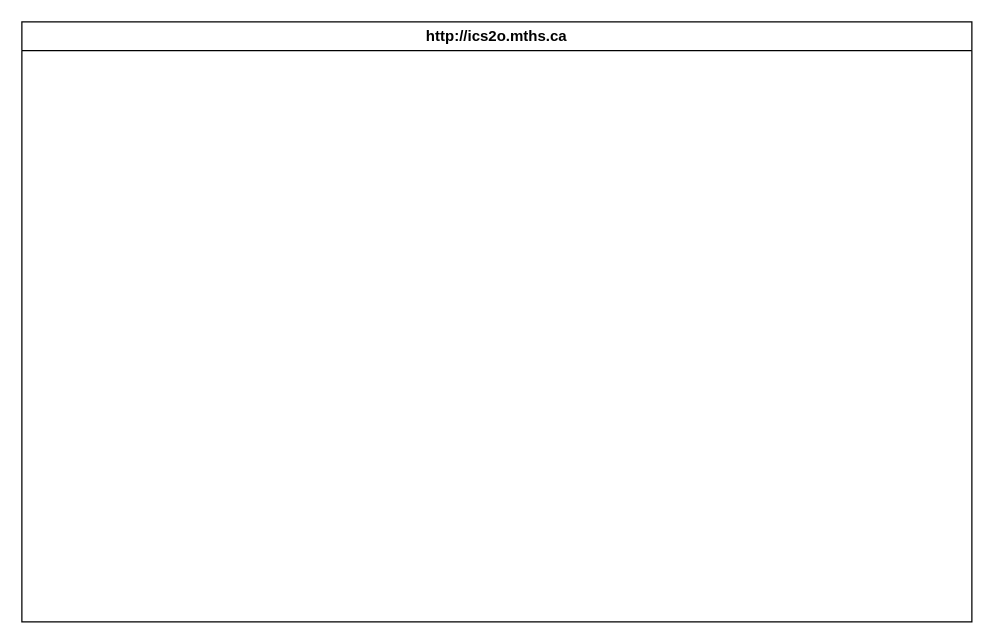
MTHS-ICD2O-1-2023/ICD2O-Unit-3-02-fetuha-gebremekeal keeps this draw.io diagram as design/storyboard.drawio. Above is the earlier version. Source tidied: cells renumbered, new cells numbered last; positions are measured from the earlier drawing's top-left corner, leaving out a move shared by most shapes. Both pictures are drawn from the tidied source at 125%, with x=0, y=0 at pixel (21, 21).
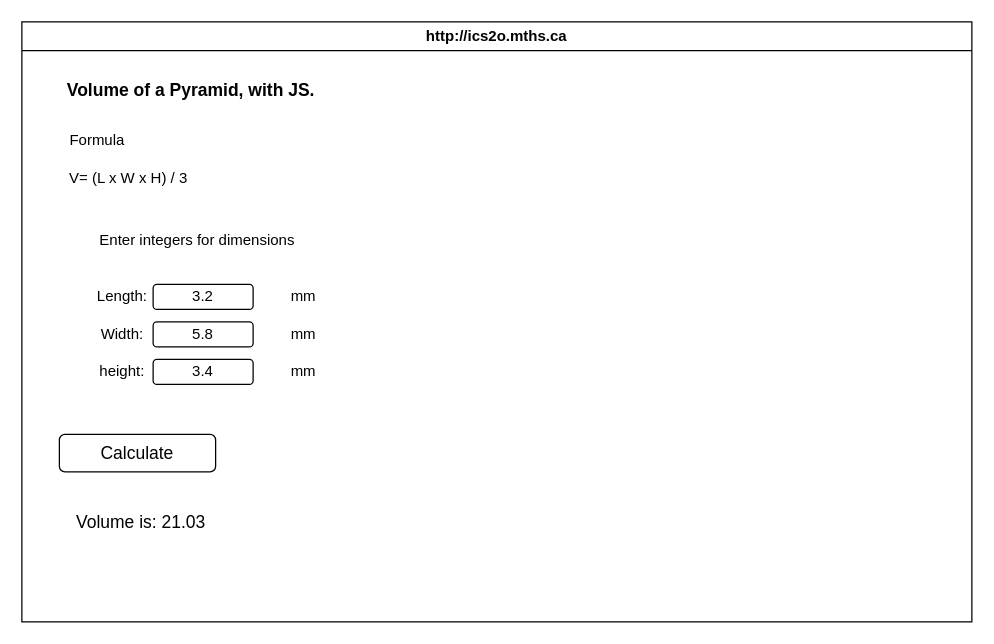
After the change.

What changed in the source:
```diff
@@
 <mxGraphModel>
   <root>
     <mxCell id="0" />
     <mxCell id="1" parent="0" />
     <mxCell id="2" value="http://ics2o.mths.ca" style="swimlane;whiteSpace=wrap;html=1;" parent="1" vertex="1">
       <mxGeometry width="760" height="480" as="geometry" />
     </mxCell>
+    <mxCell id="3" value="&lt;b&gt;&lt;font style=&quot;font-size: 14px;&quot;&gt;Volume of a Pyramid, with JS.&lt;/font&gt;&lt;/b&gt;" style="text;html=1;align=center;verticalAlign=middle;strokeColor=none;fillColor=none;" parent="2" vertex="1">
+      <mxGeometry x="25" y="40" width="220" height="30" as="geometry" />
+    </mxCell>
+    <mxCell id="4" value="Formula" style="text;html=1;align=center;verticalAlign=middle;strokeColor=none;fillColor=none;" parent="2" vertex="1">
+      <mxGeometry x="25" y="80" width="70" height="30" as="geometry" />
+    </mxCell>
+    <mxCell id="5" value="V= (L x W x H) / 3" style="text;html=1;align=center;verticalAlign=middle;strokeColor=none;fillColor=none;" parent="2" vertex="1">
+      <mxGeometry x="25" y="110" width="120" height="30" as="geometry" />
+    </mxCell>
+    <mxCell id="6" value="Enter integers for dimensions" style="text;html=1;align=center;verticalAlign=middle;strokeColor=none;fillColor=none;" parent="1" vertex="1">
+      <mxGeometry x="50" y="160" width="180" height="30" as="geometry" />
+    </mxCell>
+    <mxCell id="7" value="3.2" style="rounded=1;whiteSpace=wrap;html=1;" parent="1" vertex="1">
+      <mxGeometry x="105" y="210" width="80" height="20" as="geometry" />
+    </mxCell>
+    <mxCell id="8" value="5.8" style="rounded=1;whiteSpace=wrap;html=1;" parent="1" vertex="1">
+      <mxGeometry x="105" y="240" width="80" height="20" as="geometry" />
+    </mxCell>
+    <mxCell id="9" value="3.4" style="rounded=1;whiteSpace=wrap;html=1;" parent="1" vertex="1">
+      <mxGeometry x="105" y="270" width="80" height="20" as="geometry" />
+    </mxCell>
+    <mxCell id="10" value="mm" style="text;html=1;align=center;verticalAlign=middle;strokeColor=none;fillColor=none;" parent="1" vertex="1">
+      <mxGeometry x="205" y="265" width="40" height="30" as="geometry" />
+    </mxCell>
+    <mxCell id="11" value="mm" style="text;html=1;align=center;verticalAlign=middle;strokeColor=none;fillColor=none;" parent="1" vertex="1">
+      <mxGeometry x="205" y="205" width="40" height="30" as="geometry" />
+    </mxCell>
+    <mxCell id="12" value="mm" style="text;html=1;align=center;verticalAlign=middle;strokeColor=none;fillColor=none;" parent="1" vertex="1">
+      <mxGeometry x="205" y="235" width="40" height="30" as="geometry" />
+    </mxCell>
+    <mxCell id="13" value="Calculate" style="rounded=1;whiteSpace=wrap;html=1;fontSize=14;" parent="1" vertex="1">
+      <mxGeometry x="30" y="330" width="125" height="30" as="geometry" />
+    </mxCell>
+    <mxCell id="14" value="Volume is: 21.03" style="text;html=1;align=center;verticalAlign=middle;strokeColor=none;fillColor=none;fontSize=14;" parent="1" vertex="1">
+      <mxGeometry x="30" y="385" width="130" height="30" as="geometry" />
+    </mxCell>
+    <mxCell id="15" value="Length:" style="text;html=1;align=center;verticalAlign=middle;strokeColor=none;fillColor=none;" parent="1" vertex="1">
+      <mxGeometry x="50" y="205" width="60" height="30" as="geometry" />
+    </mxCell>
+    <mxCell id="16" value="Width:" style="text;html=1;align=center;verticalAlign=middle;strokeColor=none;fillColor=none;" parent="1" vertex="1">
+      <mxGeometry x="50" y="235" width="60" height="30" as="geometry" />
+    </mxCell>
+    <mxCell id="17" value="height:" style="text;html=1;align=center;verticalAlign=middle;strokeColor=none;fillColor=none;" parent="1" vertex="1">
+      <mxGeometry x="50" y="265" width="60" height="30" as="geometry" />
+    </mxCell>
   </root>
 </mxGraphModel>
```
